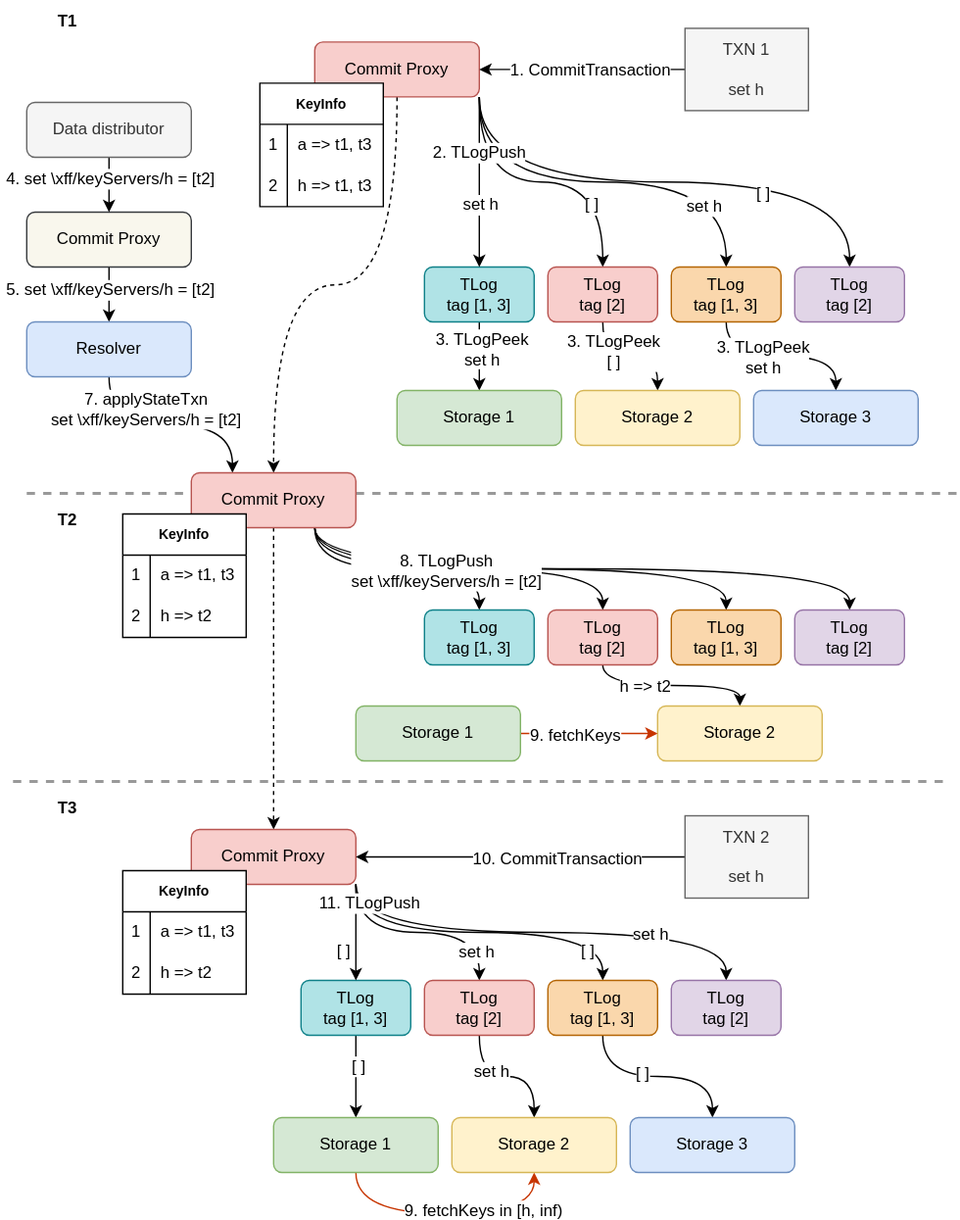
w41ter/foundationdb keeps this draw.io diagram as documentation/graphics/scale-2-shard-moving.drawio.svg. Above is the earlier version. Source tidied: cells renumbered, new cells last; positions are measured from the earlier drawing's top-left corner, leaving out a move shared by most shapes.
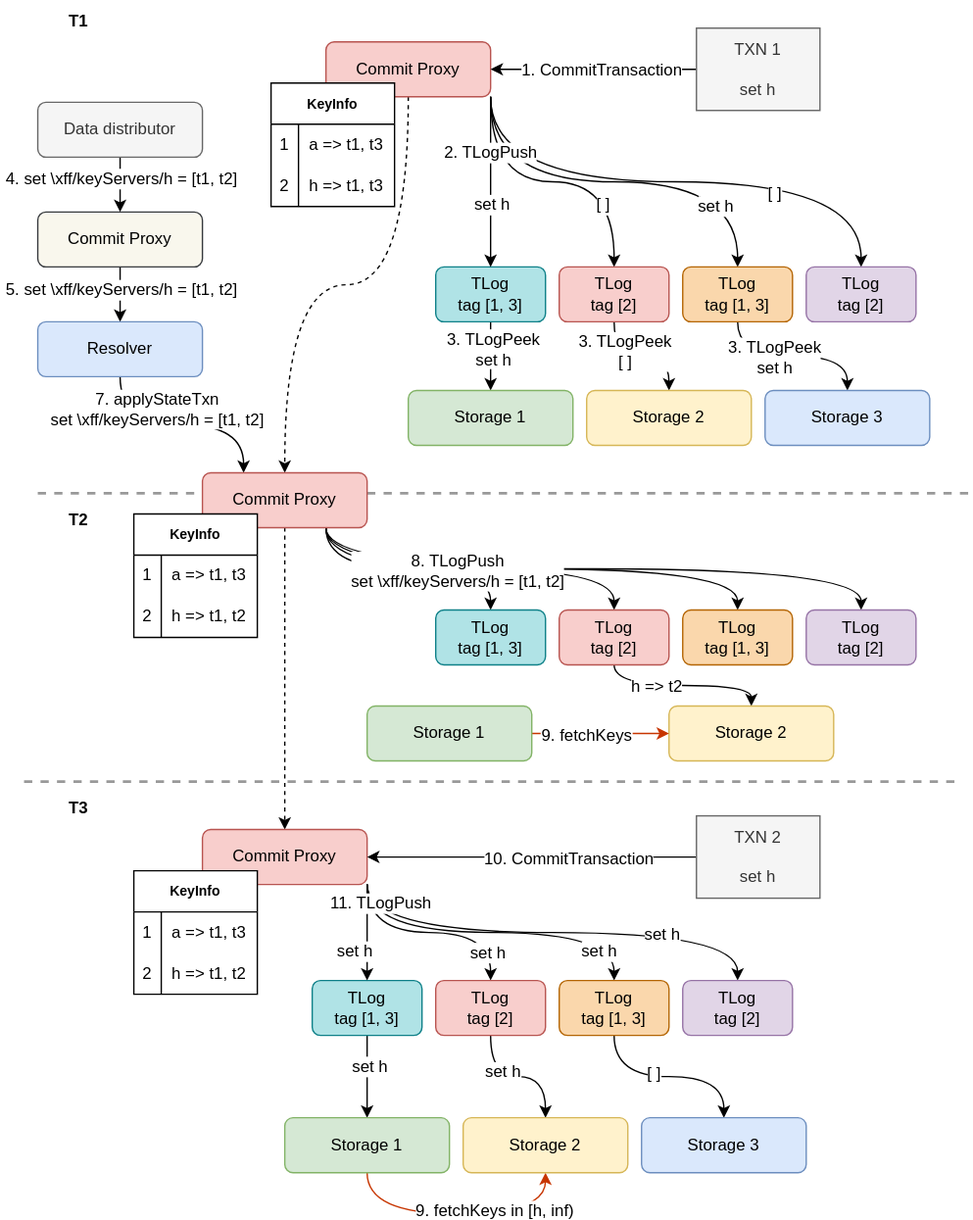
Above is the later version.

The edit, as a diff of the source:
```diff
@@ -5,7 +5,7 @@
     <mxCell id="2" style="edgeStyle=orthogonalEdgeStyle;curved=1;html=1;exitX=0.5;exitY=1;exitDx=0;exitDy=0;fontSize=10;" parent="1" edge="1" source="4" target="10">
       <mxGeometry relative="1" as="geometry" />
     </mxCell>
-    <mxCell id="3" value="5. set \xff/keyServers/h = [t2]" style="edgeLabel;html=1;align=center;verticalAlign=middle;fontSize=12;" parent="2" vertex="1">
+    <mxCell id="3" value="5. set \xff/keyServers/h = [t1, t2]" style="edgeLabel;html=1;align=center;verticalAlign=middle;fontSize=12;" parent="2" vertex="1">
       <mxGeometry x="-0.19" relative="1" as="geometry" />
     </mxCell>
     <mxCell id="4" value="Commit Proxy" style="rounded=1;whiteSpace=wrap;html=1;fillColor=#f9f7ed;strokeColor=#36393d;" parent="1" vertex="1">
@@ -14,7 +14,7 @@
     <mxCell id="5" style="edgeStyle=orthogonalEdgeStyle;curved=1;html=1;exitX=0.5;exitY=1;exitDx=0;exitDy=0;entryX=0.5;entryY=0;entryDx=0;entryDy=0;" parent="1" edge="1" source="7" target="4">
       <mxGeometry relative="1" as="geometry" />
     </mxCell>
-    <mxCell id="6" value="&amp;nbsp;4. set \xff/keyServers/h = [t2]&amp;nbsp;" style="edgeLabel;html=1;align=center;verticalAlign=middle;fontSize=12;" parent="5" vertex="1">
+    <mxCell id="6" value="&amp;nbsp;4. set \xff/keyServers/h = [t1, t2]&amp;nbsp;" style="edgeLabel;html=1;align=center;verticalAlign=middle;fontSize=12;" parent="5" vertex="1">
       <mxGeometry x="-0.27" relative="1" as="geometry" />
     </mxCell>
     <mxCell id="7" value="Data distributor" style="rounded=1;whiteSpace=wrap;html=1;fillColor=#f5f5f5;fontColor=#333333;strokeColor=#666666;" parent="1" vertex="1">
@@ -23,7 +23,7 @@
     <mxCell id="8" style="edgeStyle=orthogonalEdgeStyle;curved=1;html=1;exitX=0.5;exitY=1;exitDx=0;exitDy=0;entryX=0.25;entryY=0;entryDx=0;entryDy=0;fontSize=12;" parent="1" edge="1" source="10" target="52">
       <mxGeometry relative="1" as="geometry" />
     </mxCell>
-    <mxCell id="9" value="7. applyStateTxn&lt;br&gt;set \xff/keyServers/h = [t2]" style="edgeLabel;html=1;align=center;verticalAlign=middle;fontSize=12;" parent="8" vertex="1">
+    <mxCell id="9" value="7. applyStateTxn&lt;br&gt;set \xff/keyServers/h = [t1, t2]" style="edgeLabel;html=1;align=center;verticalAlign=middle;fontSize=12;" parent="8" vertex="1">
       <mxGeometry x="-0.23" y="12" relative="1" as="geometry" />
     </mxCell>
     <mxCell id="10" value="Resolver" style="rounded=1;whiteSpace=wrap;html=1;fillColor=#dae8fc;strokeColor=#6c8ebf;" parent="1" vertex="1">
@@ -148,7 +148,7 @@
     <mxCell id="49" style="edgeStyle=orthogonalEdgeStyle;curved=1;html=1;exitX=0.75;exitY=1;exitDx=0;exitDy=0;entryX=0.5;entryY=0;entryDx=0;entryDy=0;fontSize=12;" parent="1" edge="1" source="52" target="65">
       <mxGeometry relative="1" as="geometry" />
     </mxCell>
-    <mxCell id="50" value="8. TLogPush&lt;br&gt;set \xff/keyServers/h = [t2]" style="edgeLabel;html=1;align=center;verticalAlign=middle;fontSize=12;" parent="49" vertex="1">
+    <mxCell id="50" value="8. TLogPush&lt;br&gt;set \xff/keyServers/h = [t1, t2]" style="edgeLabel;html=1;align=center;verticalAlign=middle;fontSize=12;" parent="49" vertex="1">
       <mxGeometry x="-0.45" y="-1" relative="1" as="geometry" />
     </mxCell>
     <mxCell id="51" style="edgeStyle=orthogonalEdgeStyle;curved=1;html=1;exitX=0.5;exitY=1;exitDx=0;exitDy=0;fontSize=12;dashed=1;" parent="1" edge="1" source="52" target="73">
@@ -175,7 +175,7 @@
     <mxCell id="58" value="2" style="shape=partialRectangle;html=1;whiteSpace=wrap;fillColor=none;top=0;left=0;bottom=0;right=0;overflow=hidden;" parent="57" vertex="1">
       <mxGeometry width="20" height="30" as="geometry" />
     </mxCell>
-    <mxCell id="59" value="h =&amp;gt; t2" style="shape=partialRectangle;html=1;whiteSpace=wrap;fillColor=none;top=0;left=0;bottom=0;right=0;align=left;spacingLeft=6;overflow=hidden;" parent="57" vertex="1">
+    <mxCell id="59" value="h =&amp;gt; t1, t2" style="shape=partialRectangle;html=1;whiteSpace=wrap;fillColor=none;top=0;left=0;bottom=0;right=0;align=left;spacingLeft=6;overflow=hidden;" parent="57" vertex="1">
       <mxGeometry x="20" width="70" height="30" as="geometry" />
     </mxCell>
     <mxCell id="60" value="TLog&lt;br&gt;tag [1, 3]" style="rounded=1;whiteSpace=wrap;html=1;fillColor=#b0e3e6;strokeColor=#0e8088;" parent="1" vertex="1">
@@ -208,7 +208,7 @@
     <mxCell id="69" style="edgeStyle=orthogonalEdgeStyle;curved=1;html=1;exitX=1;exitY=1;exitDx=0;exitDy=0;fontSize=12;" parent="1" edge="1" source="73" target="89">
       <mxGeometry relative="1" as="geometry" />
     </mxCell>
-    <mxCell id="70" value="&amp;nbsp;[ ]&amp;nbsp;" style="edgeLabel;html=1;align=center;verticalAlign=middle;fontSize=12;" parent="69" vertex="1">
+    <mxCell id="70" value="set h" style="edgeLabel;html=1;align=center;verticalAlign=middle;fontSize=12;" parent="69" vertex="1">
       <mxGeometry x="0.62" y="-13" relative="1" as="geometry" />
     </mxCell>
     <mxCell id="71" style="edgeStyle=orthogonalEdgeStyle;curved=1;html=1;exitX=1;exitY=1;exitDx=0;exitDy=0;entryX=0.5;entryY=0;entryDx=0;entryDy=0;fontSize=12;" parent="1" edge="1" source="73" target="93">
@@ -238,7 +238,7 @@
     <mxCell id="79" value="2" style="shape=partialRectangle;html=1;whiteSpace=wrap;fillColor=none;top=0;left=0;bottom=0;right=0;overflow=hidden;" parent="78" vertex="1">
       <mxGeometry width="20" height="30" as="geometry" />
     </mxCell>
-    <mxCell id="80" value="h =&amp;gt; t2" style="shape=partialRectangle;html=1;whiteSpace=wrap;fillColor=none;top=0;left=0;bottom=0;right=0;align=left;spacingLeft=6;overflow=hidden;" parent="78" vertex="1">
+    <mxCell id="80" value="h =&amp;gt; t1, t2" style="shape=partialRectangle;html=1;whiteSpace=wrap;fillColor=none;top=0;left=0;bottom=0;right=0;align=left;spacingLeft=6;overflow=hidden;" parent="78" vertex="1">
       <mxGeometry x="20" width="70" height="30" as="geometry" />
     </mxCell>
     <mxCell id="81" style="edgeStyle=orthogonalEdgeStyle;curved=1;html=1;exitX=0;exitY=0.5;exitDx=0;exitDy=0;fontSize=12;" parent="1" edge="1" source="83" target="73">
@@ -258,7 +258,7 @@
         </Array>
       </mxGeometry>
     </mxCell>
-    <mxCell id="85" value="&amp;nbsp;[ ]&amp;nbsp;" style="edgeLabel;html=1;align=center;verticalAlign=middle;fontSize=12;" parent="84" vertex="1">
+    <mxCell id="85" value="set h" style="edgeLabel;html=1;align=center;verticalAlign=middle;fontSize=12;" parent="84" vertex="1">
       <mxGeometry x="-0.26" y="1" relative="1" as="geometry" />
     </mxCell>
     <mxCell id="86" value="TLog&lt;br&gt;tag [1, 3]" style="rounded=1;whiteSpace=wrap;html=1;fillColor=#b0e3e6;strokeColor=#0e8088;" parent="1" vertex="1">
@@ -288,7 +288,7 @@
     <mxCell id="94" style="edgeStyle=orthogonalEdgeStyle;curved=1;html=1;exitX=1;exitY=1;exitDx=0;exitDy=0;fontSize=12;" parent="1" edge="1" source="73" target="86">
       <mxGeometry relative="1" as="geometry" />
     </mxCell>
-    <mxCell id="95" value="&amp;nbsp;[ ]&amp;nbsp;" style="edgeLabel;html=1;align=center;verticalAlign=middle;fontSize=12;" parent="94" vertex="1">
+    <mxCell id="95" value="&amp;nbsp;set h&amp;nbsp;" style="edgeLabel;html=1;align=center;verticalAlign=middle;fontSize=12;" parent="94" vertex="1">
       <mxGeometry x="0.38" y="-10" relative="1" as="geometry" />
     </mxCell>
     <mxCell id="96" value="11. TLogPush" style="edgeLabel;html=1;align=center;verticalAlign=middle;fontSize=12;" parent="94" vertex="1">
```
